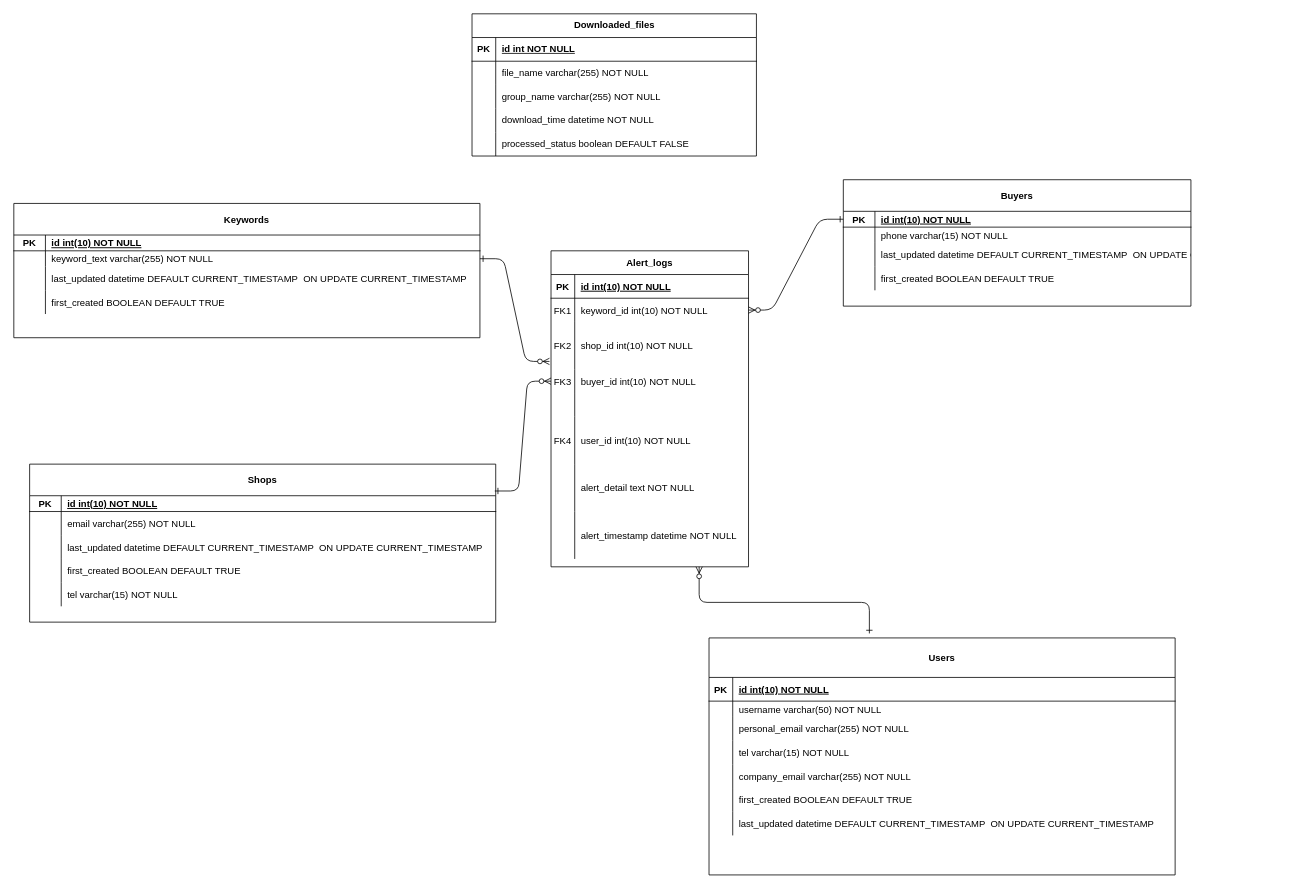
Before: db-databreach.drawio in tung23102000/test-ssh, a draw.io diagram. Source tidied: cells renumbered, new cells numbered last; positions are measured from the earlier drawing's top-left corner, leaving out a move shared by most shapes. Both pictures are drawn from the tidied source at 79%, with x=0, y=0 at pixel (13, 13).
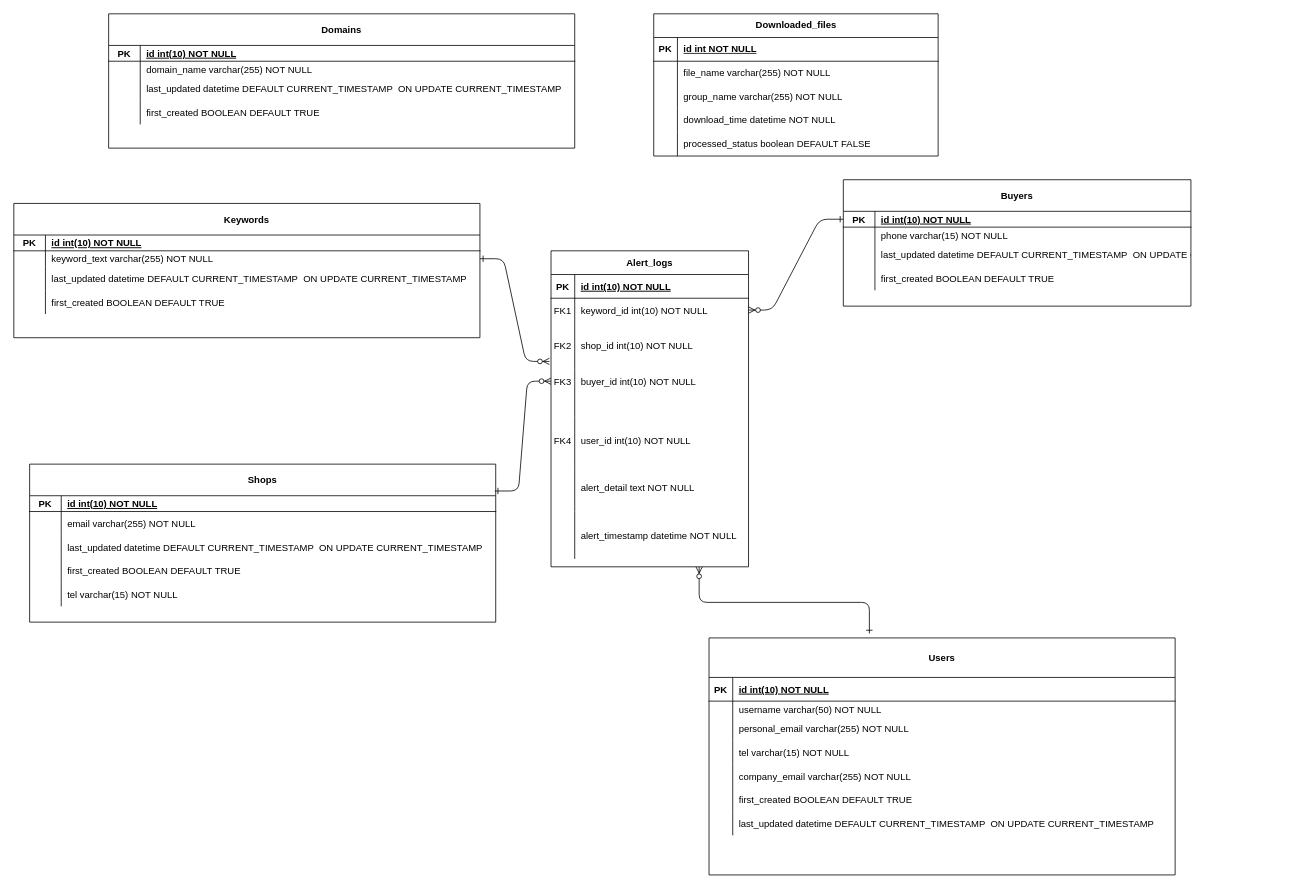
The same diagram, later.

Commit message:
Cập nhật db-databreach.drawio

What changed in the source:
```diff
@@
     <mxCell id="39" value="Downloaded_files" style="shape=table;startSize=30;childLayout=tableLayout;rowLines=0;fontStyle=1;align=center;html=1;" parent="1" vertex="1">
-      <mxGeometry x="580" width="360" height="180" as="geometry" />
+      <mxGeometry x="810" width="360" height="180" as="geometry" />
     </mxCell>
@@
+    <mxCell id="111" value="Domains" style="shape=table;startSize=40;childLayout=tableLayout;rowLines=0;fontStyle=1;align=center;" parent="1" vertex="1">
+      <mxGeometry x="120" width="590" height="170" as="geometry" />
+    </mxCell>
+    <mxCell id="112" style="shape=partialRectangle;fillColor=none;top=0;left=0;right=0;bottom=1;" parent="111" vertex="1">
+      <mxGeometry y="40" width="590" height="20" as="geometry" />
+    </mxCell>
+    <mxCell id="113" value="PK" style="shape=partialRectangle;overflow=hidden;fillColor=none;top=0;left=0;bottom=0;right=0;fontStyle=1;" parent="112" vertex="1">
+      <mxGeometry width="40" height="20" as="geometry" />
+    </mxCell>
+    <mxCell id="114" value="id int(10) NOT NULL " style="shape=partialRectangle;overflow=hidden;fillColor=none;top=0;left=0;bottom=0;right=0;align=left;spacingLeft=6;fontStyle=5;" parent="112" vertex="1">
+      <mxGeometry x="40" width="550" height="20" as="geometry" />
+    </mxCell>
+    <mxCell id="115" style="shape=partialRectangle;fillColor=none;top=0;left=0;right=0;bottom=0;" parent="111" vertex="1">
+      <mxGeometry y="60" width="590" height="20" as="geometry" />
+    </mxCell>
+    <mxCell id="116" style="shape=partialRectangle;overflow=hidden;fillColor=none;top=0;left=0;bottom=0;right=0;" parent="115" vertex="1">
+      <mxGeometry width="40" height="20" as="geometry" />
+    </mxCell>
+    <mxCell id="117" value="domain_name varchar(255) NOT NULL" style="shape=partialRectangle;overflow=hidden;fillColor=none;top=0;left=0;bottom=0;right=0;align=left;spacingLeft=6;" parent="115" vertex="1">
+      <mxGeometry x="40" width="550" height="20" as="geometry" />
+    </mxCell>
+    <mxCell id="118" style="shape=partialRectangle;fillColor=none;top=0;left=0;right=0;bottom=0;" parent="111" vertex="1">
+      <mxGeometry y="80" width="590" height="30" as="geometry" />
+    </mxCell>
+    <mxCell id="119" style="shape=partialRectangle;overflow=hidden;fillColor=none;top=0;left=0;bottom=0;right=0;" parent="118" vertex="1">
+      <mxGeometry width="40" height="30" as="geometry" />
+    </mxCell>
+    <mxCell id="120" value="last_updated datetime DEFAULT CURRENT_TIMESTAMP  ON UPDATE CURRENT_TIMESTAMP" style="shape=partialRectangle;overflow=hidden;fillColor=none;top=0;left=0;bottom=0;right=0;align=left;spacingLeft=6;" parent="118" vertex="1">
+      <mxGeometry x="40" width="550" height="30" as="geometry" />
+    </mxCell>
+    <mxCell id="121" style="shape=partialRectangle;fillColor=none;top=0;left=0;right=0;bottom=0;" parent="111" vertex="1">
+      <mxGeometry y="110" width="590" height="30" as="geometry" />
+    </mxCell>
+    <mxCell id="122" style="shape=partialRectangle;overflow=hidden;fillColor=none;top=0;left=0;bottom=0;right=0;" parent="121" vertex="1">
+      <mxGeometry width="40" height="30" as="geometry" />
+    </mxCell>
+    <mxCell id="123" value="first_created BOOLEAN DEFAULT TRUE" style="shape=partialRectangle;overflow=hidden;fillColor=none;top=0;left=0;bottom=0;right=0;align=left;spacingLeft=6;" parent="121" vertex="1">
+      <mxGeometry x="40" width="550" height="30" as="geometry" />
+    </mxCell>
```
